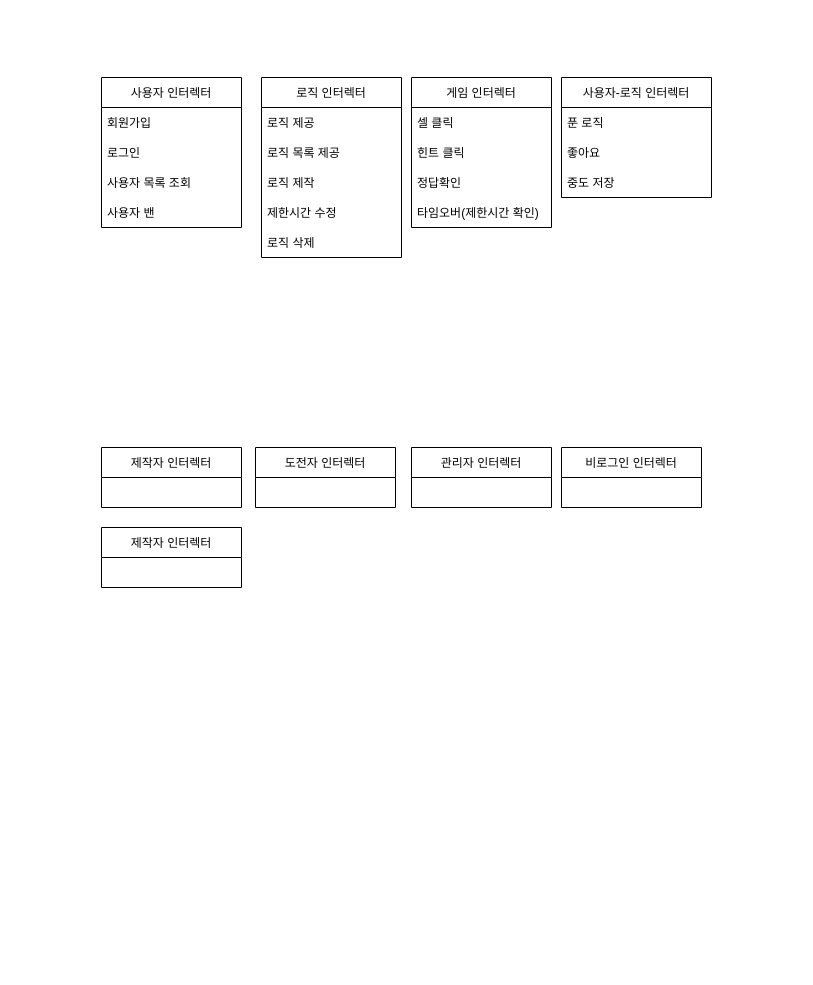
flagtags/nemonemo keeps this draw.io diagram as packages/Untitled Diagram.drawio. Above is the earlier version. Source tidied: cells renumbered, new cells numbered last; positions are measured from the earlier drawing's top-left corner, leaving out a move shared by most shapes. Both pictures are drawn from the tidied source at 100%, with x=0, y=0 at pixel (101, 77).
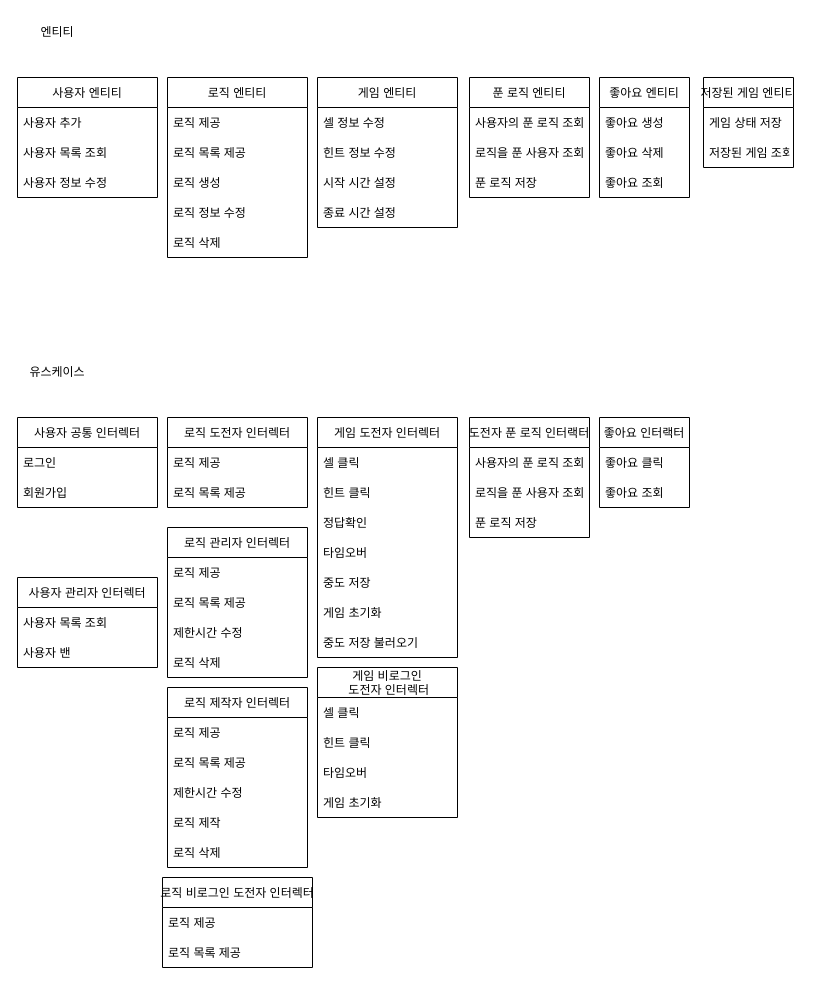
The same diagram, later.

Commit message:
엔티티 유스케이스 설계

What changed in the source:
```diff
@@
-    <mxCell id="2" value="사용자 인터렉터" style="swimlane;fontStyle=0;horizontal=1;startSize=30;" parent="1" vertex="1">
-      <mxGeometry width="140" height="150" as="geometry" />
+    <mxCell id="2" value="사용자 엔티티" style="swimlane;fontStyle=0;horizontal=1;startSize=30;" parent="1" vertex="1">
+      <mxGeometry x="-84" width="140" height="120" as="geometry" />
     </mxCell>
-    <mxCell id="3" value="회원가입" style="text;strokeColor=none;fillColor=none;align=left;verticalAlign=middle;spacingLeft=4;spacingRight=4;overflow=hidden;" parent="2" vertex="1">
+    <mxCell id="3" value="사용자 추가" style="text;strokeColor=none;fillColor=none;align=left;verticalAlign=middle;spacingLeft=4;spacingRight=4;overflow=hidden;" parent="2" vertex="1">
       <mxGeometry y="30" width="140" height="30" as="geometry" />
     </mxCell>
-    <mxCell id="4" value="로그인" style="text;strokeColor=none;fillColor=none;align=left;verticalAlign=middle;spacingLeft=4;spacingRight=4;overflow=hidden;" parent="2" vertex="1">
-      <mxGeometry y="60" width="140" height="30" as="geometry" />
-    </mxCell>
     <mxCell id="5" value="사용자 목록 조회" style="text;strokeColor=none;fillColor=none;align=left;verticalAlign=middle;spacingLeft=4;spacingRight=4;overflow=hidden;" parent="2" vertex="1">
-      <mxGeometry y="90" width="140" height="30" as="geometry" />
+      <mxGeometry y="60" width="140" height="30" as="geometry" />
     </mxCell>
-    <mxCell id="6" value="사용자 밴" style="text;strokeColor=none;fillColor=none;align=left;verticalAlign=middle;spacingLeft=4;spacingRight=4;overflow=hidden;" parent="2" vertex="1">
-      <mxGeometry y="120" width="140" height="30" as="geometry" />
+    <mxCell id="6" value="사용자 정보 수정" style="text;strokeColor=none;fillColor=none;align=left;verticalAlign=middle;spacingLeft=4;spacingRight=4;overflow=hidden;" parent="2" vertex="1">
+      <mxGeometry y="90" width="140" height="30" as="geometry" />
     </mxCell>
-    <mxCell id="7" value="로직 인터렉터" style="swimlane;fontStyle=0;horizontal=1;startSize=30;" parent="1" vertex="1">
-      <mxGeometry x="160" width="140" height="180" as="geometry" />
+    <mxCell id="7" value="로직 엔티티" style="swimlane;fontStyle=0;horizontal=1;startSize=30;" parent="1" vertex="1">
+      <mxGeometry x="66" width="140" height="180" as="geometry" />
     </mxCell>
@@
-    <mxCell id="10" value="로직 제작" style="text;strokeColor=none;fillColor=none;align=left;verticalAlign=middle;spacingLeft=4;spacingRight=4;overflow=hidden;" parent="7" vertex="1">
+    <mxCell id="10" value="로직 생성" style="text;strokeColor=none;fillColor=none;align=left;verticalAlign=middle;spacingLeft=4;spacingRight=4;overflow=hidden;" parent="7" vertex="1">
       <mxGeometry y="90" width="140" height="30" as="geometry" />
     </mxCell>
-    <mxCell id="11" value="제한시간 수정" style="text;strokeColor=none;fillColor=none;align=left;verticalAlign=middle;spacingLeft=4;spacingRight=4;overflow=hidden;" parent="7" vertex="1">
+    <mxCell id="11" value="로직 정보 수정" style="text;strokeColor=none;fillColor=none;align=left;verticalAlign=middle;spacingLeft=4;spacingRight=4;overflow=hidden;" parent="7" vertex="1">
       <mxGeometry y="120" width="140" height="30" as="geometry" />
     </mxCell>
@@
-    <mxCell id="13" value="게임 인터렉터" style="swimlane;fontStyle=0;horizontal=1;startSize=30;" parent="1" vertex="1">
-      <mxGeometry x="310" width="140" height="150" as="geometry" />
+    <mxCell id="13" value="게임 엔티티" style="swimlane;fontStyle=0;horizontal=1;startSize=30;" parent="1" vertex="1">
+      <mxGeometry x="216" width="140" height="150" as="geometry" />
     </mxCell>
-    <mxCell id="14" value="셀 클릭" style="text;strokeColor=none;fillColor=none;align=left;verticalAlign=middle;spacingLeft=4;spacingRight=4;overflow=hidden;" parent="13" vertex="1">
+    <mxCell id="14" value="셀 정보 수정" style="text;strokeColor=none;fillColor=none;align=left;verticalAlign=middle;spacingLeft=4;spacingRight=4;overflow=hidden;" parent="13" vertex="1">
       <mxGeometry y="30" width="140" height="30" as="geometry" />
     </mxCell>
-    <mxCell id="15" value="힌트 클릭" style="text;strokeColor=none;fillColor=none;align=left;verticalAlign=middle;spacingLeft=4;spacingRight=4;overflow=hidden;" parent="13" vertex="1">
+    <mxCell id="15" value="힌트 정보 수정" style="text;strokeColor=none;fillColor=none;align=left;verticalAlign=middle;spacingLeft=4;spacingRight=4;overflow=hidden;" parent="13" vertex="1">
       <mxGeometry y="60" width="140" height="30" as="geometry" />
     </mxCell>
-    <mxCell id="16" value="정답확인" style="text;strokeColor=none;fillColor=none;align=left;verticalAlign=middle;spacingLeft=4;spacingRight=4;overflow=hidden;" parent="13" vertex="1">
+    <mxCell id="16" value="시작 시간 설정" style="text;strokeColor=none;fillColor=none;align=left;verticalAlign=middle;spacingLeft=4;spacingRight=4;overflow=hidden;" parent="13" vertex="1">
       <mxGeometry y="90" width="140" height="30" as="geometry" />
     </mxCell>
-    <mxCell id="17" value="타임오버(제한시간 확인)" style="text;strokeColor=none;fillColor=none;align=left;verticalAlign=middle;spacingLeft=4;spacingRight=4;overflow=hidden;" parent="13" vertex="1">
+    <mxCell id="17" value="종료 시간 설정" style="text;strokeColor=none;fillColor=none;align=left;verticalAlign=middle;spacingLeft=4;spacingRight=4;overflow=hidden;" parent="13" vertex="1">
       <mxGeometry y="120" width="140" height="30" as="geometry" />
     </mxCell>
-    <mxCell id="18" value="사용자-로직 인터렉터" style="swimlane;fontStyle=0;horizontal=1;startSize=30;" parent="1" vertex="1">
-      <mxGeometry x="460" width="150" height="120" as="geometry" />
+    <mxCell id="18" value="좋아요 엔티티" style="swimlane;fontStyle=0;horizontal=1;startSize=30;" parent="1" vertex="1">
+      <mxGeometry x="498" width="90" height="120" as="geometry" />
     </mxCell>
-    <mxCell id="19" value="푼 로직" style="text;strokeColor=none;fillColor=none;align=left;verticalAlign=middle;spacingLeft=4;spacingRight=4;overflow=hidden;" parent="18" vertex="1">
-      <mxGeometry y="30" width="150" height="30" as="geometry" />
+    <mxCell id="19" value="좋아요 생성" style="text;strokeColor=none;fillColor=none;align=left;verticalAlign=middle;spacingLeft=4;spacingRight=4;overflow=hidden;" parent="18" vertex="1">
+      <mxGeometry y="30" width="90" height="30" as="geometry" />
     </mxCell>
-    <mxCell id="20" value="좋아요" style="text;strokeColor=none;fillColor=none;align=left;verticalAlign=middle;spacingLeft=4;spacingRight=4;overflow=hidden;" parent="18" vertex="1">
-      <mxGeometry y="60" width="150" height="30" as="geometry" />
+    <mxCell id="20" value="좋아요 삭제" style="text;strokeColor=none;fillColor=none;align=left;verticalAlign=middle;spacingLeft=4;spacingRight=4;overflow=hidden;" parent="18" vertex="1">
+      <mxGeometry y="60" width="90" height="30" as="geometry" />
     </mxCell>
+    <mxCell id="27" value="좋아요 조회" style="text;strokeColor=none;fillColor=none;align=left;verticalAlign=middle;spacingLeft=4;spacingRight=4;overflow=hidden;" parent="18" vertex="1">
+      <mxGeometry y="90" width="90" height="30" as="geometry" />
+    </mxCell>
+    <mxCell id="28" value="사용자 공통 인터렉터" style="swimlane;fontStyle=0;horizontal=1;startSize=30;" parent="1" vertex="1">
+      <mxGeometry x="-84" y="340" width="140" height="90" as="geometry" />
+    </mxCell>
+    <mxCell id="4" value="로그인" style="text;strokeColor=none;fillColor=none;align=left;verticalAlign=middle;spacingLeft=4;spacingRight=4;overflow=hidden;" parent="28" vertex="1">
+      <mxGeometry y="30" width="140" height="30" as="geometry" />
+    </mxCell>
+    <mxCell id="29" value="회원가입" style="text;strokeColor=none;fillColor=none;align=left;verticalAlign=middle;spacingLeft=4;spacingRight=4;overflow=hidden;" parent="28" vertex="1">
+      <mxGeometry y="60" width="140" height="30" as="geometry" />
+    </mxCell>
+    <mxCell id="30" value="로직 도전자 인터렉터" style="swimlane;fontStyle=0;horizontal=1;startSize=30;" parent="1" vertex="1">
+      <mxGeometry x="66" y="340" width="140" height="90" as="geometry" />
+    </mxCell>
+    <mxCell id="31" value="로직 제공" style="text;strokeColor=none;fillColor=none;align=left;verticalAlign=middle;spacingLeft=4;spacingRight=4;overflow=hidden;" parent="30" vertex="1">
+      <mxGeometry y="30" width="140" height="30" as="geometry" />
+    </mxCell>
+    <mxCell id="32" value="로직 목록 제공 " style="text;strokeColor=none;fillColor=none;align=left;verticalAlign=middle;spacingLeft=4;spacingRight=4;overflow=hidden;" parent="30" vertex="1">
+      <mxGeometry y="60" width="140" height="30" as="geometry" />
+    </mxCell>
+    <mxCell id="33" value="게임 도전자 인터렉터" style="swimlane;fontStyle=0;horizontal=1;startSize=30;" parent="1" vertex="1">
+      <mxGeometry x="216" y="340" width="140" height="240" as="geometry" />
+    </mxCell>
+    <mxCell id="34" value="셀 클릭" style="text;strokeColor=none;fillColor=none;align=left;verticalAlign=middle;spacingLeft=4;spacingRight=4;overflow=hidden;" parent="33" vertex="1">
+      <mxGeometry y="30" width="140" height="30" as="geometry" />
+    </mxCell>
+    <mxCell id="35" value="힌트 클릭" style="text;strokeColor=none;fillColor=none;align=left;verticalAlign=middle;spacingLeft=4;spacingRight=4;overflow=hidden;" parent="33" vertex="1">
+      <mxGeometry y="60" width="140" height="30" as="geometry" />
+    </mxCell>
+    <mxCell id="36" value="정답확인" style="text;strokeColor=none;fillColor=none;align=left;verticalAlign=middle;spacingLeft=4;spacingRight=4;overflow=hidden;" parent="33" vertex="1">
+      <mxGeometry y="90" width="140" height="30" as="geometry" />
+    </mxCell>
+    <mxCell id="37" value="타임오버" style="text;strokeColor=none;fillColor=none;align=left;verticalAlign=middle;spacingLeft=4;spacingRight=4;overflow=hidden;" parent="33" vertex="1">
+      <mxGeometry y="120" width="140" height="30" as="geometry" />
+    </mxCell>
-    <mxCell id="21" value="중도 저장" style="text;strokeColor=none;fillColor=none;align=left;verticalAlign=middle;spacingLeft=4;spacingRight=4;overflow=hidden;" parent="18" vertex="1">
-      <mxGeometry y="90" width="150" height="30" as="geometry" />
+    <mxCell id="21" value="중도 저장" style="text;strokeColor=none;fillColor=none;align=left;verticalAlign=middle;spacingLeft=4;spacingRight=4;overflow=hidden;" parent="33" vertex="1">
+      <mxGeometry y="150" width="140" height="30" as="geometry" />
     </mxCell>
-    <mxCell id="22" value="제작자 인터렉터" style="swimlane;fontStyle=0;horizontal=1;startSize=30;" parent="1" vertex="1">
-      <mxGeometry y="370" width="140" height="60" as="geometry" />
-    </mxCell>
-    <mxCell id="23" value="도전자 인터렉터" style="swimlane;fontStyle=0;horizontal=1;startSize=30;" parent="1" vertex="1">
-      <mxGeometry x="154" y="370" width="140" height="60" as="geometry" />
-    </mxCell>
-    <mxCell id="24" value="관리자 인터렉터" style="swimlane;fontStyle=0;horizontal=1;startSize=30;" parent="1" vertex="1">
-      <mxGeometry x="310" y="370" width="140" height="60" as="geometry" />
-    </mxCell>
-    <mxCell id="25" value="비로그인 인터렉터" style="swimlane;fontStyle=0;horizontal=1;startSize=30;" parent="1" vertex="1">
-      <mxGeometry x="460" y="370" width="140" height="60" as="geometry" />
-    </mxCell>
-    <mxCell id="26" value="제작자 인터렉터" style="swimlane;fontStyle=0;horizontal=1;startSize=30;" parent="1" vertex="1">
-      <mxGeometry y="450" width="140" height="60" as="geometry" />
-    </mxCell>
+    <mxCell id="38" value="게임 초기화" style="text;strokeColor=none;fillColor=none;align=left;verticalAlign=middle;spacingLeft=4;spacingRight=4;overflow=hidden;" parent="33" vertex="1">
+      <mxGeometry y="180" width="140" height="30" as="geometry" />
+    </mxCell>
+    <mxCell id="39" value="중도 저장 불러오기" style="text;strokeColor=none;fillColor=none;align=left;verticalAlign=middle;spacingLeft=4;spacingRight=4;overflow=hidden;" parent="33" vertex="1">
+      <mxGeometry y="210" width="140" height="30" as="geometry" />
+    </mxCell>
+    <mxCell id="40" value="푼 로직 엔티티" style="swimlane;fontStyle=0;horizontal=1;startSize=30;" parent="1" vertex="1">
+      <mxGeometry x="368" width="120" height="120" as="geometry" />
+    </mxCell>
+    <mxCell id="41" value="사용자의 푼 로직 조회" style="text;strokeColor=none;fillColor=none;align=left;verticalAlign=middle;spacingLeft=4;spacingRight=4;overflow=hidden;" parent="40" vertex="1">
+      <mxGeometry y="30" width="120" height="30" as="geometry" />
+    </mxCell>
+    <mxCell id="42" value="로직을 푼 사용자 조회" style="text;strokeColor=none;fillColor=none;align=left;verticalAlign=middle;spacingLeft=4;spacingRight=4;overflow=hidden;" parent="40" vertex="1">
+      <mxGeometry y="60" width="120" height="30" as="geometry" />
+    </mxCell>
+    <mxCell id="43" value="푼 로직 저장" style="text;strokeColor=none;fillColor=none;align=left;verticalAlign=middle;spacingLeft=4;spacingRight=4;overflow=hidden;" parent="40" vertex="1">
+      <mxGeometry y="90" width="120" height="30" as="geometry" />
+    </mxCell>
+    <mxCell id="44" value="저장된 게임 엔티티" style="swimlane;fontStyle=0;horizontal=1;startSize=30;" parent="1" vertex="1">
+      <mxGeometry x="602" width="90" height="90" as="geometry" />
+    </mxCell>
+    <mxCell id="45" value="게임 상태 저장" style="text;strokeColor=none;fillColor=none;align=left;verticalAlign=middle;spacingLeft=4;spacingRight=4;overflow=hidden;" parent="44" vertex="1">
+      <mxGeometry y="30" width="90" height="30" as="geometry" />
+    </mxCell>
+    <mxCell id="46" value="저장된 게임 조회" style="text;strokeColor=none;fillColor=none;align=left;verticalAlign=middle;spacingLeft=4;spacingRight=4;overflow=hidden;" parent="44" vertex="1">
+      <mxGeometry y="60" width="90" height="30" as="geometry" />
+    </mxCell>
+    <mxCell id="47" value="엔티티" style="text;html=1;strokeColor=none;fillColor=none;align=center;verticalAlign=middle;whiteSpace=wrap;rounded=0;" parent="1" vertex="1">
+      <mxGeometry x="-74" y="-60" width="60" height="30" as="geometry" />
+    </mxCell>
+    <mxCell id="48" value="유스케이스" style="text;html=1;strokeColor=none;fillColor=none;align=center;verticalAlign=middle;whiteSpace=wrap;rounded=0;" parent="1" vertex="1">
+      <mxGeometry x="-74" y="280" width="60" height="30" as="geometry" />
+    </mxCell>
+    <mxCell id="49" value="사용자 관리자 인터렉터" style="swimlane;fontStyle=0;horizontal=1;startSize=30;" parent="1" vertex="1">
+      <mxGeometry x="-84" y="500" width="140" height="90" as="geometry" />
+    </mxCell>
+    <mxCell id="50" value="사용자 목록 조회" style="text;strokeColor=none;fillColor=none;align=left;verticalAlign=middle;spacingLeft=4;spacingRight=4;overflow=hidden;" parent="49" vertex="1">
+      <mxGeometry y="30" width="140" height="30" as="geometry" />
+    </mxCell>
+    <mxCell id="51" value="사용자 밴" style="text;strokeColor=none;fillColor=none;align=left;verticalAlign=middle;spacingLeft=4;spacingRight=4;overflow=hidden;" parent="49" vertex="1">
+      <mxGeometry y="60" width="140" height="30" as="geometry" />
+    </mxCell>
+    <mxCell id="52" value="로직 관리자 인터렉터" style="swimlane;fontStyle=0;horizontal=1;startSize=30;" parent="1" vertex="1">
+      <mxGeometry x="66" y="450" width="140" height="150" as="geometry" />
+    </mxCell>
+    <mxCell id="53" value="로직 제공" style="text;strokeColor=none;fillColor=none;align=left;verticalAlign=middle;spacingLeft=4;spacingRight=4;overflow=hidden;" parent="52" vertex="1">
+      <mxGeometry y="30" width="140" height="30" as="geometry" />
+    </mxCell>
+    <mxCell id="54" value="로직 목록 제공 " style="text;strokeColor=none;fillColor=none;align=left;verticalAlign=middle;spacingLeft=4;spacingRight=4;overflow=hidden;" parent="52" vertex="1">
+      <mxGeometry y="60" width="140" height="30" as="geometry" />
+    </mxCell>
+    <mxCell id="55" value="제한시간 수정" style="text;strokeColor=none;fillColor=none;align=left;verticalAlign=middle;spacingLeft=4;spacingRight=4;overflow=hidden;" parent="52" vertex="1">
+      <mxGeometry y="90" width="140" height="30" as="geometry" />
+    </mxCell>
+    <mxCell id="56" value="로직 삭제" style="text;strokeColor=none;fillColor=none;align=left;verticalAlign=middle;spacingLeft=4;spacingRight=4;overflow=hidden;" parent="52" vertex="1">
+      <mxGeometry y="120" width="140" height="30" as="geometry" />
+    </mxCell>
+    <mxCell id="57" value="로직 제작자 인터렉터" style="swimlane;fontStyle=0;horizontal=1;startSize=30;" parent="1" vertex="1">
+      <mxGeometry x="66" y="610" width="140" height="180" as="geometry" />
+    </mxCell>
+    <mxCell id="58" value="로직 제공" style="text;strokeColor=none;fillColor=none;align=left;verticalAlign=middle;spacingLeft=4;spacingRight=4;overflow=hidden;" parent="57" vertex="1">
+      <mxGeometry y="30" width="140" height="30" as="geometry" />
+    </mxCell>
+    <mxCell id="59" value="로직 목록 제공 " style="text;strokeColor=none;fillColor=none;align=left;verticalAlign=middle;spacingLeft=4;spacingRight=4;overflow=hidden;" parent="57" vertex="1">
+      <mxGeometry y="60" width="140" height="30" as="geometry" />
+    </mxCell>
+    <mxCell id="60" value="제한시간 수정" style="text;strokeColor=none;fillColor=none;align=left;verticalAlign=middle;spacingLeft=4;spacingRight=4;overflow=hidden;" parent="57" vertex="1">
+      <mxGeometry y="90" width="140" height="30" as="geometry" />
+    </mxCell>
+    <mxCell id="61" value="로직 제작" style="text;strokeColor=none;fillColor=none;align=left;verticalAlign=middle;spacingLeft=4;spacingRight=4;overflow=hidden;" parent="57" vertex="1">
+      <mxGeometry y="120" width="140" height="30" as="geometry" />
+    </mxCell>
+    <mxCell id="62" value="로직 삭제" style="text;strokeColor=none;fillColor=none;align=left;verticalAlign=middle;spacingLeft=4;spacingRight=4;overflow=hidden;" parent="57" vertex="1">
+      <mxGeometry y="150" width="140" height="30" as="geometry" />
+    </mxCell>
+    <mxCell id="63" value="도전자 푼 로직 인터랙터" style="swimlane;fontStyle=0;horizontal=1;startSize=30;" parent="1" vertex="1">
+      <mxGeometry x="368" y="340" width="120" height="120" as="geometry" />
+    </mxCell>
+    <mxCell id="64" value="사용자의 푼 로직 조회" style="text;strokeColor=none;fillColor=none;align=left;verticalAlign=middle;spacingLeft=4;spacingRight=4;overflow=hidden;" parent="63" vertex="1">
+      <mxGeometry y="30" width="120" height="30" as="geometry" />
+    </mxCell>
+    <mxCell id="65" value="로직을 푼 사용자 조회" style="text;strokeColor=none;fillColor=none;align=left;verticalAlign=middle;spacingLeft=4;spacingRight=4;overflow=hidden;" parent="63" vertex="1">
+      <mxGeometry y="60" width="120" height="30" as="geometry" />
+    </mxCell>
+    <mxCell id="66" value="푼 로직 저장" style="text;strokeColor=none;fillColor=none;align=left;verticalAlign=middle;spacingLeft=4;spacingRight=4;overflow=hidden;" parent="63" vertex="1">
+      <mxGeometry y="90" width="120" height="30" as="geometry" />
+    </mxCell>
+    <mxCell id="67" value="좋아요 인터랙터" style="swimlane;fontStyle=0;horizontal=1;startSize=30;" parent="1" vertex="1">
+      <mxGeometry x="498" y="340" width="90" height="90" as="geometry" />
+    </mxCell>
+    <mxCell id="68" value="좋아요 클릭" style="text;strokeColor=none;fillColor=none;align=left;verticalAlign=middle;spacingLeft=4;spacingRight=4;overflow=hidden;" parent="67" vertex="1">
+      <mxGeometry y="30" width="90" height="30" as="geometry" />
+    </mxCell>
+    <mxCell id="69" value="좋아요 조회" style="text;strokeColor=none;fillColor=none;align=left;verticalAlign=middle;spacingLeft=4;spacingRight=4;overflow=hidden;" parent="67" vertex="1">
+      <mxGeometry y="60" width="90" height="30" as="geometry" />
+    </mxCell>
+    <mxCell id="70" value="로직 비로그인 도전자 인터렉터" style="swimlane;fontStyle=0;horizontal=1;startSize=30;" parent="1" vertex="1">
+      <mxGeometry x="61" y="800" width="150" height="90" as="geometry" />
+    </mxCell>
+    <mxCell id="71" value="로직 제공" style="text;strokeColor=none;fillColor=none;align=left;verticalAlign=middle;spacingLeft=4;spacingRight=4;overflow=hidden;" parent="70" vertex="1">
+      <mxGeometry y="30" width="150" height="30" as="geometry" />
+    </mxCell>
+    <mxCell id="72" value="로직 목록 제공 " style="text;strokeColor=none;fillColor=none;align=left;verticalAlign=middle;spacingLeft=4;spacingRight=4;overflow=hidden;" parent="70" vertex="1">
+      <mxGeometry y="60" width="150" height="30" as="geometry" />
+    </mxCell>
+    <mxCell id="73" value="게임 비로그인&#10; 도전자 인터렉터" style="swimlane;fontStyle=0;horizontal=1;startSize=30;" parent="1" vertex="1">
+      <mxGeometry x="216" y="590" width="140" height="150" as="geometry" />
+    </mxCell>
+    <mxCell id="74" value="셀 클릭" style="text;strokeColor=none;fillColor=none;align=left;verticalAlign=middle;spacingLeft=4;spacingRight=4;overflow=hidden;" parent="73" vertex="1">
+      <mxGeometry y="30" width="140" height="30" as="geometry" />
+    </mxCell>
+    <mxCell id="75" value="힌트 클릭" style="text;strokeColor=none;fillColor=none;align=left;verticalAlign=middle;spacingLeft=4;spacingRight=4;overflow=hidden;" parent="73" vertex="1">
+      <mxGeometry y="60" width="140" height="30" as="geometry" />
+    </mxCell>
+    <mxCell id="76" value="타임오버" style="text;strokeColor=none;fillColor=none;align=left;verticalAlign=middle;spacingLeft=4;spacingRight=4;overflow=hidden;" parent="73" vertex="1">
+      <mxGeometry y="90" width="140" height="30" as="geometry" />
+    </mxCell>
+    <mxCell id="77" value="게임 초기화" style="text;strokeColor=none;fillColor=none;align=left;verticalAlign=middle;spacingLeft=4;spacingRight=4;overflow=hidden;" parent="73" vertex="1">
+      <mxGeometry y="120" width="140" height="30" as="geometry" />
+    </mxCell>
```
